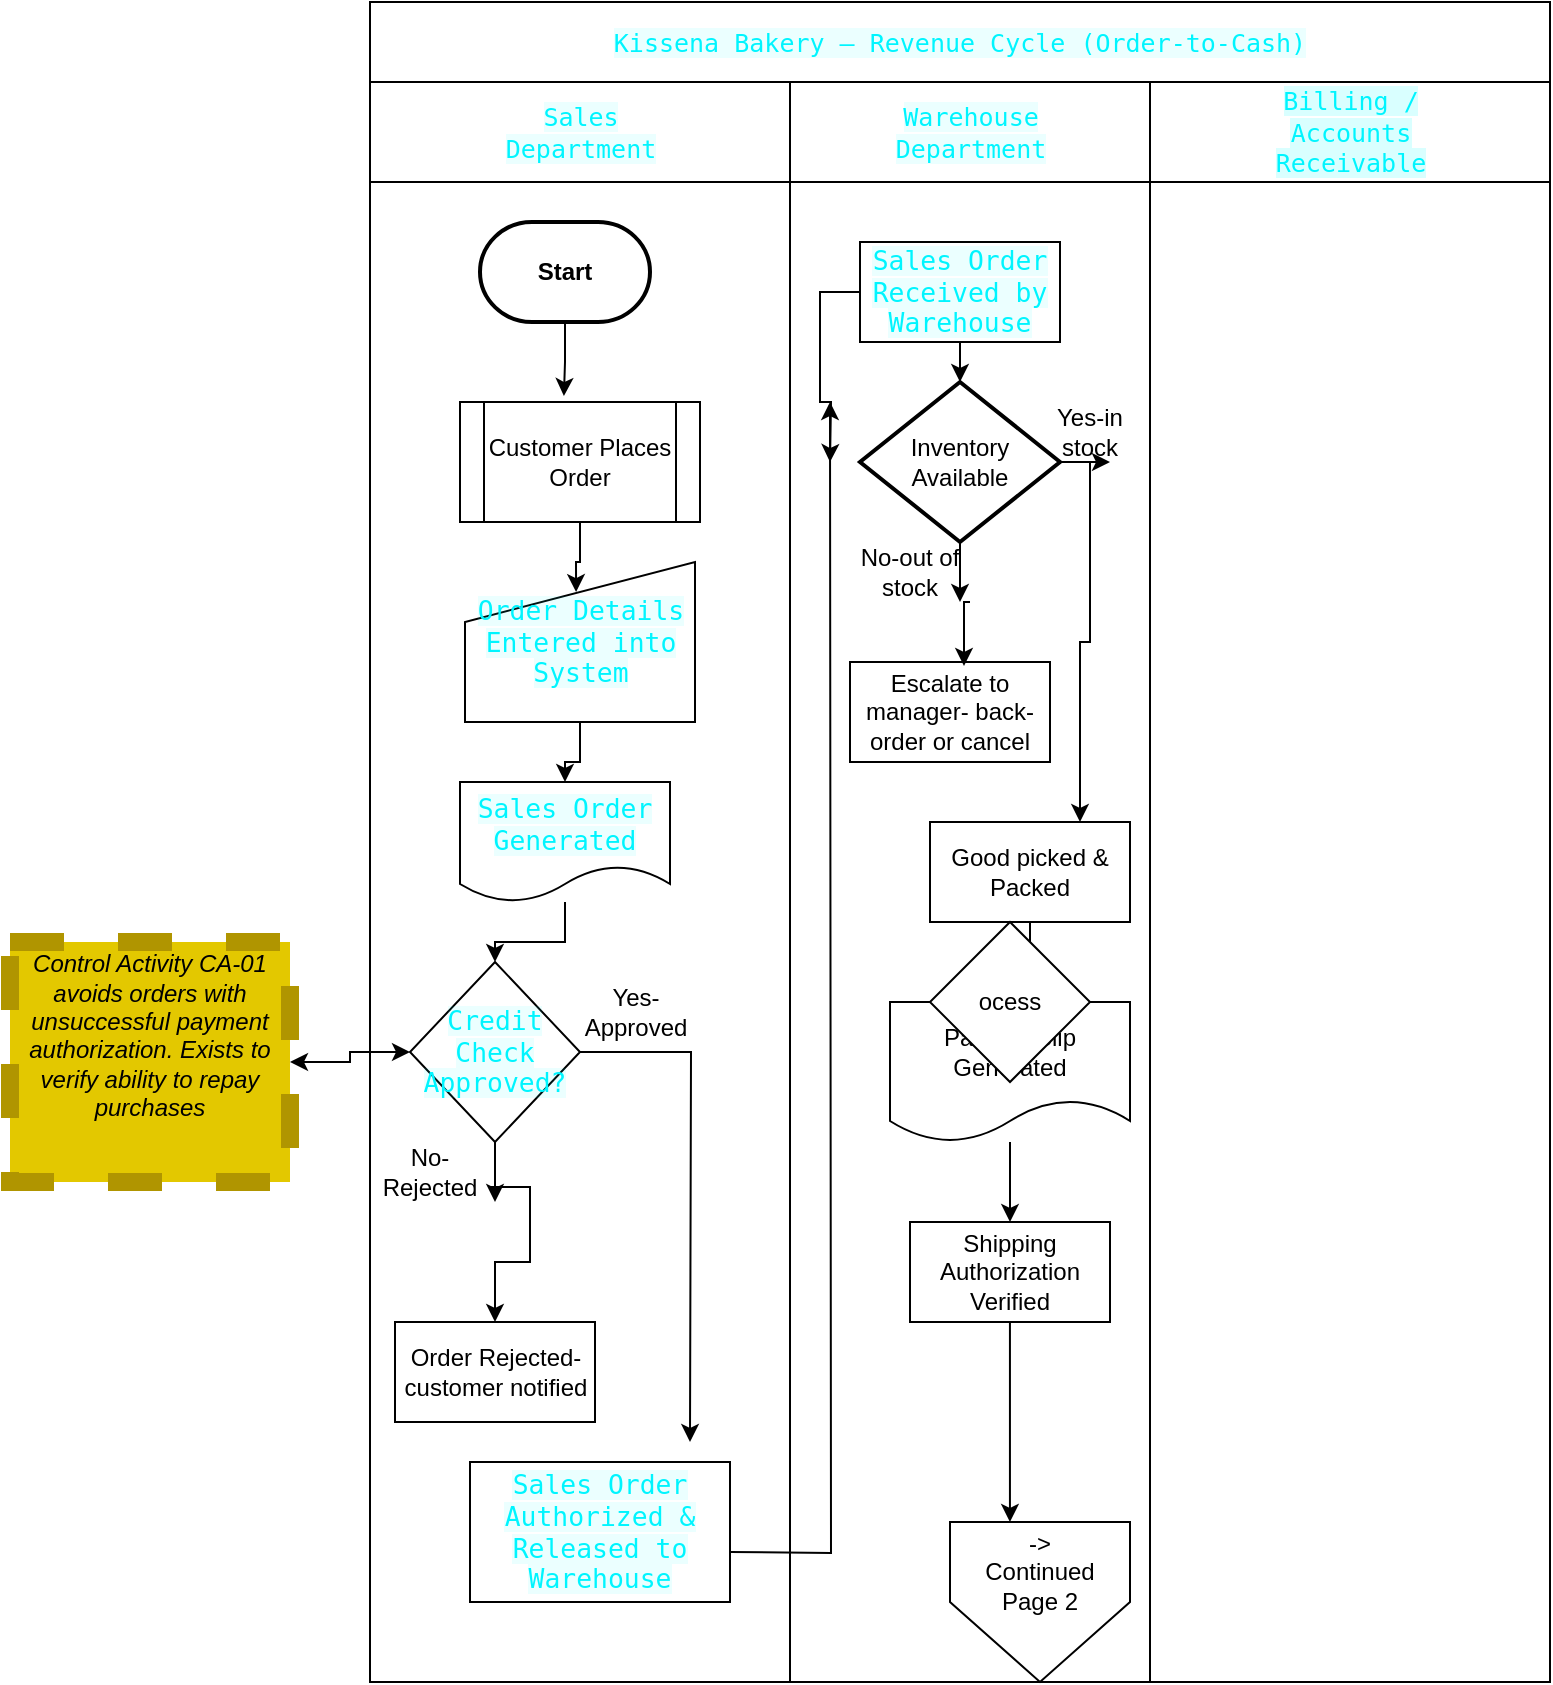
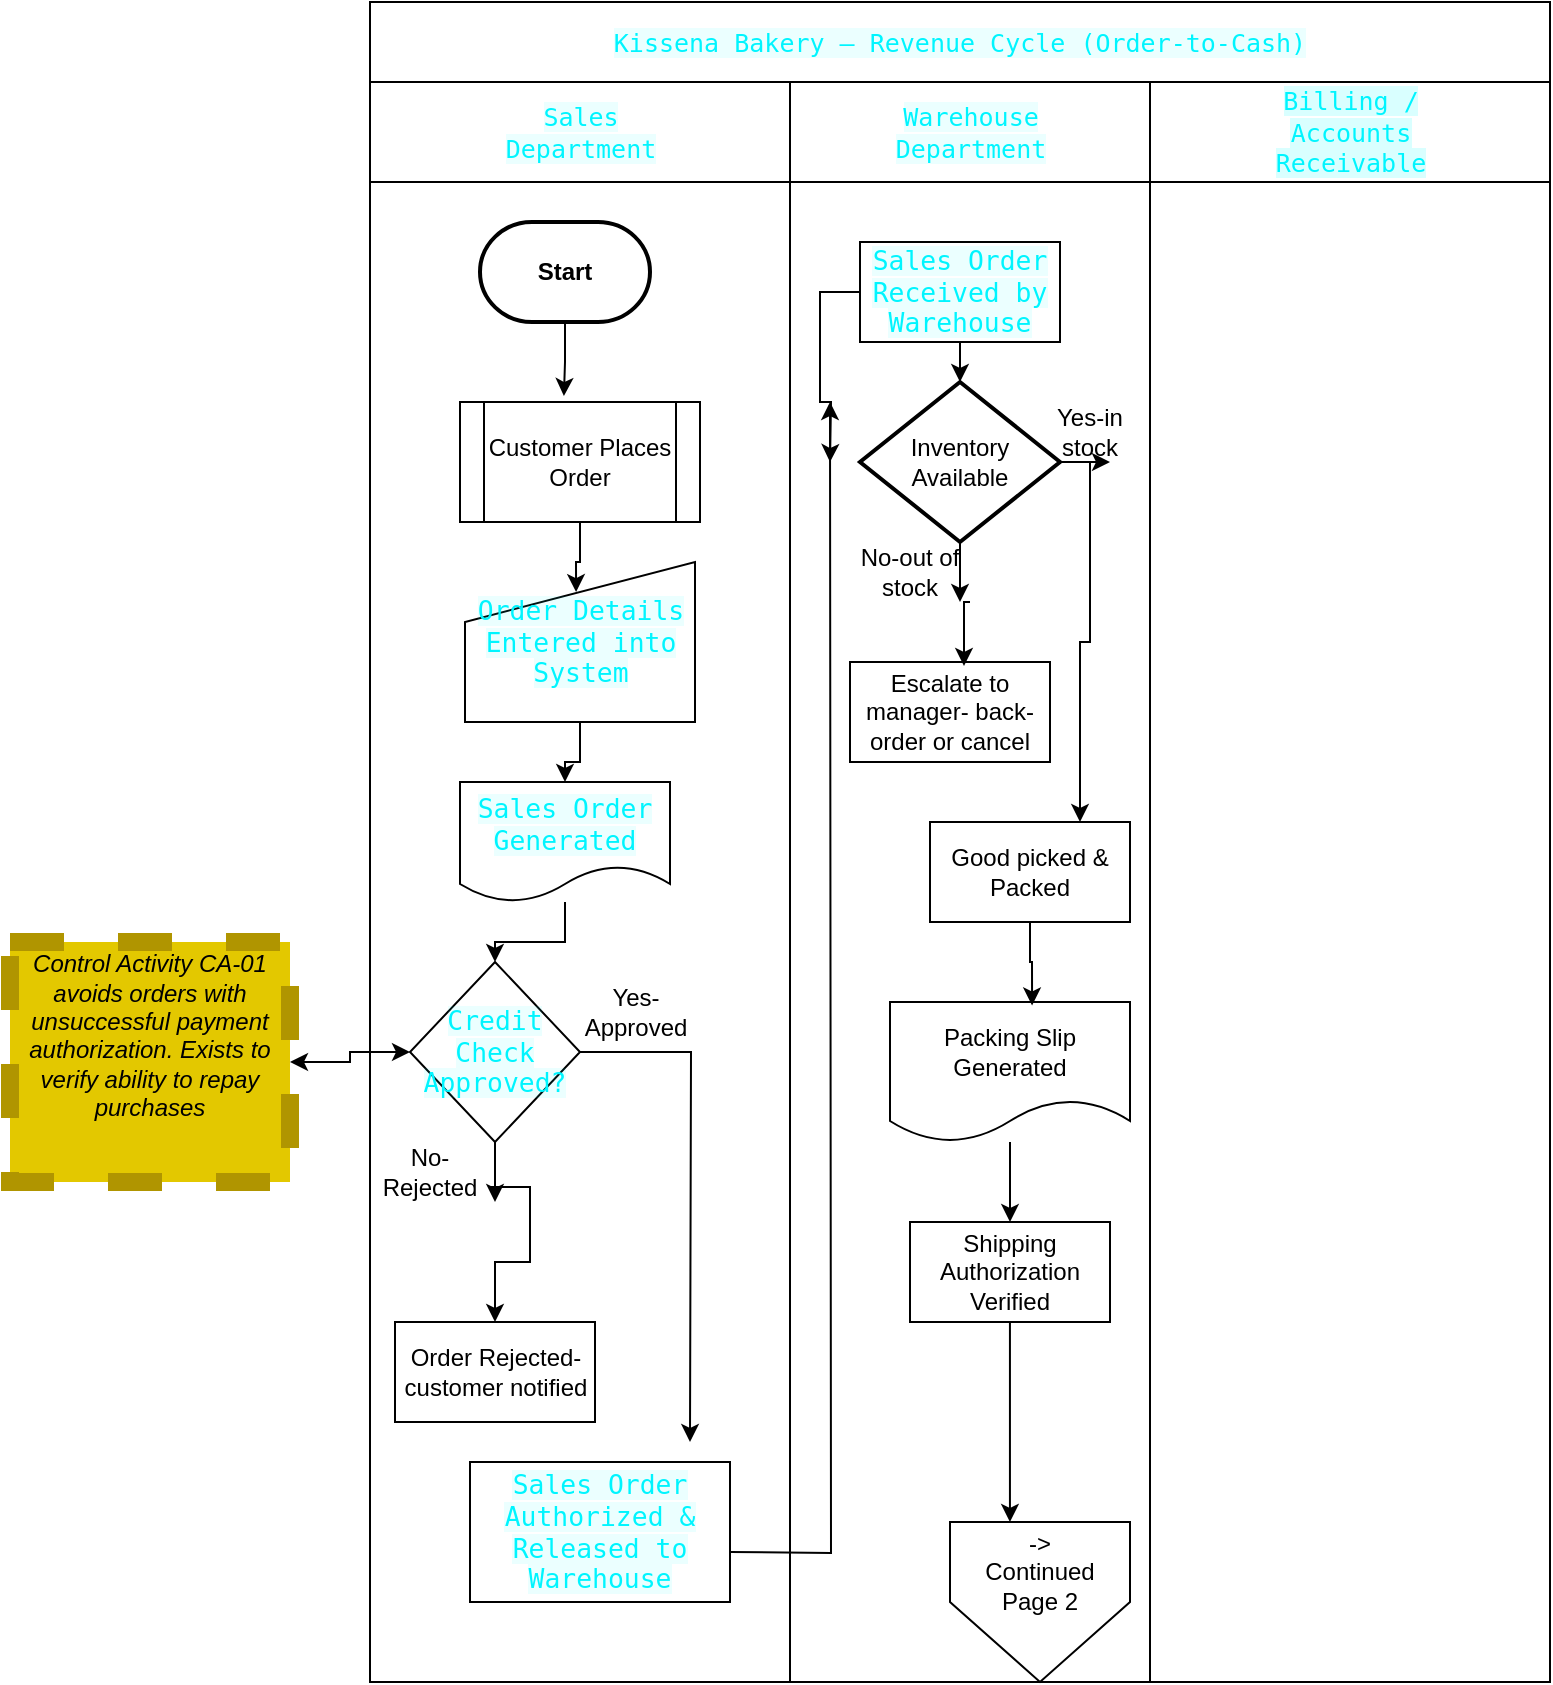
<mxfile host="app.diagrams.net" pages="2">
  <diagram name="Page-1" id="ONMHuz27Rw7dN6z8mY9c">
    <mxGraphModel dx="1006" dy="1950" grid="1" gridSize="10" guides="1" tooltips="1" connect="1" arrows="1" fold="1" page="1" pageScale="1" pageWidth="1100" pageHeight="850" math="0" shadow="0">
      <root>
        <mxCell id="0" />
        <mxCell id="1" parent="0" />
        <mxCell id="1EihcF4tnaVy7bbsNi9y-7" parent="1" style="swimlane;html=1;childLayout=stackLayout;resizeParent=1;resizeParentMax=0;startSize=40;whiteSpace=wrap;" value="&lt;span style=&quot;color: rgb(0, 245, 255); font-family: &amp;quot;Share Tech Mono&amp;quot;, monospace; font-size: 12.512px; font-weight: 400; text-align: start; background-color: rgba(0, 245, 255, 0.08);&quot;&gt;Kissena Bakery — Revenue Cycle (Order-to-Cash)&lt;/span&gt;" vertex="1">
          <mxGeometry height="840" width="590" x="200" y="-20" as="geometry" />
        </mxCell>
        <mxCell id="1EihcF4tnaVy7bbsNi9y-8" parent="1EihcF4tnaVy7bbsNi9y-7" style="swimlane;html=1;startSize=50;" value="&lt;span style=&quot;color: rgb(0, 245, 255); font-family: &amp;quot;Share Tech Mono&amp;quot;, monospace; font-size: 12.512px; font-weight: 400; text-align: start; white-space: normal; background-color: rgba(0, 245, 255, 0.08);&quot;&gt;Sales Department&lt;/span&gt;" vertex="1">
          <mxGeometry height="800" width="210" y="40" as="geometry" />
        </mxCell>
        <mxCell id="1EihcF4tnaVy7bbsNi9y-13" parent="1EihcF4tnaVy7bbsNi9y-8" style="strokeWidth=2;html=1;shape=mxgraph.flowchart.terminator;whiteSpace=wrap;" value="&lt;b&gt;Start&lt;/b&gt;" vertex="1">
          <mxGeometry height="50" width="85" x="55" y="70" as="geometry" />
        </mxCell>
        <mxCell id="1EihcF4tnaVy7bbsNi9y-14" parent="1EihcF4tnaVy7bbsNi9y-8" style="shape=process;whiteSpace=wrap;html=1;backgroundOutline=1;" value="Customer Places Order" vertex="1">
          <mxGeometry height="60" width="120" x="45" y="160" as="geometry" />
        </mxCell>
        <mxCell id="1EihcF4tnaVy7bbsNi9y-16" edge="1" parent="1EihcF4tnaVy7bbsNi9y-8" source="1EihcF4tnaVy7bbsNi9y-13" style="edgeStyle=orthogonalEdgeStyle;rounded=0;orthogonalLoop=1;jettySize=auto;html=1;entryX=0.433;entryY=-0.05;entryDx=0;entryDy=0;entryPerimeter=0;" target="1EihcF4tnaVy7bbsNi9y-14">
          <mxGeometry relative="1" as="geometry" />
        </mxCell>
        <mxCell id="1EihcF4tnaVy7bbsNi9y-20" edge="1" parent="1EihcF4tnaVy7bbsNi9y-8" source="1EihcF4tnaVy7bbsNi9y-17" style="edgeStyle=orthogonalEdgeStyle;rounded=0;orthogonalLoop=1;jettySize=auto;html=1;entryX=0.5;entryY=0;entryDx=0;entryDy=0;" target="1EihcF4tnaVy7bbsNi9y-19">
          <mxGeometry relative="1" as="geometry" />
        </mxCell>
        <mxCell id="1EihcF4tnaVy7bbsNi9y-17" parent="1EihcF4tnaVy7bbsNi9y-8" style="shape=manualInput;boundedLbl=1;whiteSpace=wrap;html=1;" value="&lt;span style=&quot;color: rgb(0, 245, 255); font-family: &amp;quot;Share Tech Mono&amp;quot;, monospace; font-size: 13.192px; text-align: start; background-color: rgba(0, 245, 255, 0.08);&quot;&gt;Order Details Entered into System&lt;/span&gt;" vertex="1">
          <mxGeometry height="80" width="115" x="47.5" y="240" as="geometry" />
        </mxCell>
        <mxCell id="1EihcF4tnaVy7bbsNi9y-18" edge="1" parent="1EihcF4tnaVy7bbsNi9y-8" source="1EihcF4tnaVy7bbsNi9y-14" style="edgeStyle=orthogonalEdgeStyle;rounded=0;orthogonalLoop=1;jettySize=auto;html=1;entryX=0.483;entryY=0.188;entryDx=0;entryDy=0;entryPerimeter=0;" target="1EihcF4tnaVy7bbsNi9y-17">
          <mxGeometry relative="1" as="geometry" />
        </mxCell>
        <mxCell id="1EihcF4tnaVy7bbsNi9y-24" edge="1" parent="1EihcF4tnaVy7bbsNi9y-8" source="1EihcF4tnaVy7bbsNi9y-19" style="edgeStyle=orthogonalEdgeStyle;rounded=0;orthogonalLoop=1;jettySize=auto;html=1;entryX=0.5;entryY=0;entryDx=0;entryDy=0;" target="1EihcF4tnaVy7bbsNi9y-21">
          <mxGeometry relative="1" as="geometry" />
        </mxCell>
        <mxCell id="1EihcF4tnaVy7bbsNi9y-19" parent="1EihcF4tnaVy7bbsNi9y-8" style="shape=document;whiteSpace=wrap;html=1;boundedLbl=1;" value="&lt;span style=&quot;color: rgb(0, 245, 255); font-family: &amp;quot;Share Tech Mono&amp;quot;, monospace; font-size: 13.192px; text-align: start; background-color: rgba(0, 245, 255, 0.08);&quot;&gt;Sales Order Generated&lt;/span&gt;" vertex="1">
          <mxGeometry height="60" width="105" x="45" y="350" as="geometry" />
        </mxCell>
        <mxCell id="1EihcF4tnaVy7bbsNi9y-26" edge="1" parent="1EihcF4tnaVy7bbsNi9y-8" source="1EihcF4tnaVy7bbsNi9y-21" style="edgeStyle=orthogonalEdgeStyle;rounded=0;orthogonalLoop=1;jettySize=auto;html=1;">
          <mxGeometry relative="1" as="geometry">
            <mxPoint x="160" y="680" as="targetPoint" />
          </mxGeometry>
        </mxCell>
        <mxCell id="1EihcF4tnaVy7bbsNi9y-28" edge="1" parent="1EihcF4tnaVy7bbsNi9y-8" source="1EihcF4tnaVy7bbsNi9y-21" style="edgeStyle=orthogonalEdgeStyle;rounded=0;orthogonalLoop=1;jettySize=auto;html=1;">
          <mxGeometry relative="1" as="geometry">
            <mxPoint x="62.5" y="560" as="targetPoint" />
          </mxGeometry>
        </mxCell>
        <mxCell id="1EihcF4tnaVy7bbsNi9y-21" parent="1EihcF4tnaVy7bbsNi9y-8" style="rhombus;whiteSpace=wrap;html=1;" value="&lt;span style=&quot;color: rgb(0, 245, 255); font-family: &amp;quot;Share Tech Mono&amp;quot;, monospace; font-size: 13.192px; text-align: start; background-color: rgba(0, 245, 255, 0.08);&quot;&gt;Credit Check Approved?&lt;/span&gt;" vertex="1">
          <mxGeometry height="90" width="85" x="20" y="440" as="geometry" />
        </mxCell>
        <mxCell id="1EihcF4tnaVy7bbsNi9y-27" parent="1EihcF4tnaVy7bbsNi9y-8" style="text;html=1;whiteSpace=wrap;strokeColor=none;fillColor=none;align=center;verticalAlign=middle;rounded=0;" value="Yes-Approved" vertex="1">
          <mxGeometry height="30" width="60" x="102.5" y="450" as="geometry" />
        </mxCell>
        <mxCell id="1EihcF4tnaVy7bbsNi9y-40" edge="1" parent="1EihcF4tnaVy7bbsNi9y-8" source="1EihcF4tnaVy7bbsNi9y-29" style="edgeStyle=orthogonalEdgeStyle;rounded=0;orthogonalLoop=1;jettySize=auto;html=1;exitX=1;exitY=0.75;exitDx=0;exitDy=0;entryX=0.5;entryY=0;entryDx=0;entryDy=0;" target="1EihcF4tnaVy7bbsNi9y-31">
          <mxGeometry relative="1" as="geometry" />
        </mxCell>
        <mxCell id="1EihcF4tnaVy7bbsNi9y-29" parent="1EihcF4tnaVy7bbsNi9y-8" style="text;html=1;whiteSpace=wrap;strokeColor=none;fillColor=none;align=center;verticalAlign=middle;rounded=0;" value="No-Rejected" vertex="1">
          <mxGeometry height="30" width="60" y="530" as="geometry" />
        </mxCell>
        <mxCell id="1EihcF4tnaVy7bbsNi9y-31" parent="1EihcF4tnaVy7bbsNi9y-8" style="html=1;dashed=0;whiteSpace=wrap;" value="Order Rejected-customer notified" vertex="1">
          <mxGeometry height="50" width="100" x="12.5" y="620" as="geometry" />
        </mxCell>
        <mxCell id="1EihcF4tnaVy7bbsNi9y-32" parent="1EihcF4tnaVy7bbsNi9y-8" style="html=1;dashed=0;whiteSpace=wrap;" value="&lt;span style=&quot;color: rgb(0, 245, 255); font-family: &amp;quot;Share Tech Mono&amp;quot;, monospace; font-size: 13.192px; text-align: start; background-color: rgba(0, 245, 255, 0.08);&quot;&gt;Sales Order Authorized &amp;amp; Released to Warehouse&lt;/span&gt;" vertex="1">
          <mxGeometry height="70" width="130" x="50" y="690" as="geometry" />
        </mxCell>
        <mxCell id="1EihcF4tnaVy7bbsNi9y-9" parent="1EihcF4tnaVy7bbsNi9y-7" style="swimlane;html=1;startSize=50;" value="&lt;span style=&quot;color: rgb(0, 245, 255); font-family: &amp;quot;Share Tech Mono&amp;quot;, monospace; font-size: 12.512px; font-weight: 400; text-align: start; white-space: normal; background-color: rgba(0, 245, 255, 0.08);&quot;&gt;Warehouse Department&lt;/span&gt;" vertex="1">
          <mxGeometry height="800" width="180" x="210" y="40" as="geometry">
            <mxRectangle height="800" width="40" x="210" y="40" as="alternateBounds" />
          </mxGeometry>
        </mxCell>
        <mxCell id="1EihcF4tnaVy7bbsNi9y-47" edge="1" parent="1EihcF4tnaVy7bbsNi9y-9" source="1EihcF4tnaVy7bbsNi9y-41" style="edgeStyle=orthogonalEdgeStyle;rounded=0;orthogonalLoop=1;jettySize=auto;html=1;">
          <mxGeometry relative="1" as="geometry">
            <mxPoint x="20" y="190" as="targetPoint" />
          </mxGeometry>
        </mxCell>
        <mxCell id="1EihcF4tnaVy7bbsNi9y-41" parent="1EihcF4tnaVy7bbsNi9y-9" style="html=1;dashed=0;whiteSpace=wrap;" value="&lt;span style=&quot;color: rgb(0, 245, 255); font-family: &amp;quot;Share Tech Mono&amp;quot;, monospace; font-size: 13.192px; text-align: start; background-color: rgba(0, 245, 255, 0.08);&quot;&gt;Sales Order Received by Warehouse&lt;/span&gt;" vertex="1">
          <mxGeometry height="50" width="100" x="35" y="80" as="geometry" />
        </mxCell>
        <mxCell id="1EihcF4tnaVy7bbsNi9y-44" edge="1" parent="1EihcF4tnaVy7bbsNi9y-9" style="edgeStyle=orthogonalEdgeStyle;rounded=0;orthogonalLoop=1;jettySize=auto;html=1;endArrow=classic;endFill=1;">
          <mxGeometry relative="1" as="geometry">
            <mxPoint x="-30" y="735" as="sourcePoint" />
            <mxPoint x="20" y="160" as="targetPoint" />
          </mxGeometry>
        </mxCell>
        <mxCell id="1EihcF4tnaVy7bbsNi9y-49" edge="1" parent="1EihcF4tnaVy7bbsNi9y-9" source="1EihcF4tnaVy7bbsNi9y-48" style="edgeStyle=orthogonalEdgeStyle;rounded=0;orthogonalLoop=1;jettySize=auto;html=1;">
          <mxGeometry relative="1" as="geometry">
            <mxPoint x="160" y="190" as="targetPoint" />
          </mxGeometry>
        </mxCell>
        <mxCell id="1EihcF4tnaVy7bbsNi9y-50" edge="1" parent="1EihcF4tnaVy7bbsNi9y-9" source="1EihcF4tnaVy7bbsNi9y-48" style="edgeStyle=orthogonalEdgeStyle;rounded=0;orthogonalLoop=1;jettySize=auto;html=1;">
          <mxGeometry relative="1" as="geometry">
            <mxPoint x="85" y="260" as="targetPoint" />
          </mxGeometry>
        </mxCell>
        <mxCell id="1EihcF4tnaVy7bbsNi9y-48" parent="1EihcF4tnaVy7bbsNi9y-9" style="strokeWidth=2;html=1;shape=mxgraph.flowchart.decision;whiteSpace=wrap;" value="Inventory Available" vertex="1">
          <mxGeometry height="80" width="100" x="35" y="150" as="geometry" />
        </mxCell>
        <mxCell id="1EihcF4tnaVy7bbsNi9y-53" edge="1" parent="1EihcF4tnaVy7bbsNi9y-9" source="1EihcF4tnaVy7bbsNi9y-41" style="edgeStyle=orthogonalEdgeStyle;rounded=0;orthogonalLoop=1;jettySize=auto;html=1;exitX=0.5;exitY=1;exitDx=0;exitDy=0;entryX=0.5;entryY=0;entryDx=0;entryDy=0;entryPerimeter=0;" target="1EihcF4tnaVy7bbsNi9y-48">
          <mxGeometry relative="1" as="geometry" />
        </mxCell>
        <mxCell id="1EihcF4tnaVy7bbsNi9y-54" parent="1EihcF4tnaVy7bbsNi9y-9" style="html=1;dashed=0;whiteSpace=wrap;" value="Escalate to manager- back-order or cancel" vertex="1">
          <mxGeometry height="50" width="100" x="30" y="290" as="geometry" />
        </mxCell>
        <mxCell id="1EihcF4tnaVy7bbsNi9y-55" parent="1EihcF4tnaVy7bbsNi9y-9" style="html=1;dashed=0;whiteSpace=wrap;" value="Good picked &amp;amp; Packed" vertex="1">
          <mxGeometry height="50" width="100" x="70" y="370" as="geometry" />
        </mxCell>
        <mxCell id="1EihcF4tnaVy7bbsNi9y-64" edge="1" parent="1EihcF4tnaVy7bbsNi9y-9" source="1EihcF4tnaVy7bbsNi9y-58" style="edgeStyle=orthogonalEdgeStyle;rounded=0;orthogonalLoop=1;jettySize=auto;html=1;" target="1EihcF4tnaVy7bbsNi9y-59">
          <mxGeometry relative="1" as="geometry" />
        </mxCell>
        <mxCell id="1EihcF4tnaVy7bbsNi9y-58" parent="1EihcF4tnaVy7bbsNi9y-9" style="shape=document;whiteSpace=wrap;html=1;boundedLbl=1;" value="Packing Slip Generated" vertex="1">
          <mxGeometry height="70" width="120" x="50" y="460" as="geometry" />
        </mxCell>
        <mxCell id="1EihcF4tnaVy7bbsNi9y-59" parent="1EihcF4tnaVy7bbsNi9y-9" style="html=1;dashed=0;whiteSpace=wrap;" value="Shipping Authorization Verified" vertex="1">
          <mxGeometry height="50" width="100" x="60" y="570" as="geometry" />
        </mxCell>
        <mxCell id="1EihcF4tnaVy7bbsNi9y-60" parent="1EihcF4tnaVy7bbsNi9y-9" style="verticalLabelPosition=bottom;verticalAlign=top;html=1;shape=offPageConnector;rounded=0;size=0.5;" value="" vertex="1">
          <mxGeometry height="80" width="90" x="80" y="720" as="geometry" />
        </mxCell>
        <mxCell id="1EihcF4tnaVy7bbsNi9y-61" parent="1EihcF4tnaVy7bbsNi9y-9" style="text;html=1;whiteSpace=wrap;strokeColor=none;fillColor=none;align=center;verticalAlign=middle;rounded=0;" value="-&amp;gt; Continued Page 2" vertex="1">
          <mxGeometry height="30" width="60" x="95" y="730" as="geometry" />
        </mxCell>
        <mxCell id="1EihcF4tnaVy7bbsNi9y-62" edge="1" parent="1EihcF4tnaVy7bbsNi9y-9" source="1EihcF4tnaVy7bbsNi9y-55" style="edgeStyle=orthogonalEdgeStyle;rounded=0;orthogonalLoop=1;jettySize=auto;html=1;entryX=0.592;entryY=0.025;entryDx=0;entryDy=0;entryPerimeter=0;" target="1EihcF4tnaVy7bbsNi9y-58">
          <mxGeometry relative="1" as="geometry" />
        </mxCell>
        <mxCell id="1EihcF4tnaVy7bbsNi9y-66" edge="1" parent="1EihcF4tnaVy7bbsNi9y-9" source="1EihcF4tnaVy7bbsNi9y-59" style="edgeStyle=orthogonalEdgeStyle;rounded=0;orthogonalLoop=1;jettySize=auto;html=1;entryX=0.333;entryY=0;entryDx=0;entryDy=0;entryPerimeter=0;" target="1EihcF4tnaVy7bbsNi9y-60">
          <mxGeometry relative="1" as="geometry" />
        </mxCell>
        <mxCell id="1EihcF4tnaVy7bbsNi9y-10" parent="1EihcF4tnaVy7bbsNi9y-7" style="swimlane;html=1;startSize=50;" value="&lt;div&gt;&lt;span style=&quot;color: rgb(0, 245, 255); font-family: &amp;quot;Share Tech Mono&amp;quot;, monospace; font-size: 12.512px; font-weight: 400; text-align: start; white-space: normal; background-color: rgba(0, 245, 255, 0.08);&quot;&gt;&lt;span style=&quot;color: rgb(0, 245, 255); font-size: 12.512px; background-color: rgba(0, 245, 255, 0.08);&quot;&gt;Billing / Accounts Receivable&lt;/span&gt;&lt;/span&gt;&lt;/div&gt;" vertex="1">
          <mxGeometry height="800" width="200" x="390" y="40" as="geometry" />
        </mxCell>
        <mxCell id="1EihcF4tnaVy7bbsNi9y-57" edge="1" parent="1" source="1EihcF4tnaVy7bbsNi9y-51" style="edgeStyle=orthogonalEdgeStyle;rounded=0;orthogonalLoop=1;jettySize=auto;html=1;entryX=0.75;entryY=0;entryDx=0;entryDy=0;" target="1EihcF4tnaVy7bbsNi9y-55">
          <mxGeometry relative="1" as="geometry" />
        </mxCell>
        <mxCell id="1EihcF4tnaVy7bbsNi9y-51" parent="1" style="text;html=1;whiteSpace=wrap;strokeColor=none;fillColor=none;align=center;verticalAlign=middle;rounded=0;" value="Yes-in stock" vertex="1">
          <mxGeometry height="30" width="60" x="530" y="180" as="geometry" />
        </mxCell>
        <mxCell id="1EihcF4tnaVy7bbsNi9y-52" parent="1" style="text;html=1;whiteSpace=wrap;strokeColor=none;fillColor=none;align=center;verticalAlign=middle;rounded=0;" value="No-out of stock" vertex="1">
          <mxGeometry height="30" width="60" x="440" y="250" as="geometry" />
        </mxCell>
        <mxCell id="1EihcF4tnaVy7bbsNi9y-56" edge="1" parent="1" source="1EihcF4tnaVy7bbsNi9y-52" style="edgeStyle=orthogonalEdgeStyle;rounded=0;orthogonalLoop=1;jettySize=auto;html=1;exitX=1;exitY=1;exitDx=0;exitDy=0;entryX=0.57;entryY=0.04;entryDx=0;entryDy=0;entryPerimeter=0;" target="1EihcF4tnaVy7bbsNi9y-54">
          <mxGeometry relative="1" as="geometry" />
-         </mxCell>
-         <mxCell id="6TFMZ83REeEQTTZp-AyF-1" parent="1" style="rhombus;whiteSpace=wrap;html=1;" value="ocess" vertex="1">
-           <mxGeometry height="80" width="80" x="480" y="440" as="geometry" />
        </mxCell>
        <mxCell id="6TFMZ83REeEQTTZp-AyF-2" parent="1" style="html=1;dashed=1;whiteSpace=wrap;fillColor=#e3c800;fontColor=#000000;strokeColor=#B09500;fontStyle=2;gradientColor=none;strokeWidth=9;" value="&lt;div&gt;Control Activity CA-01 avoids orders with unsuccessful payment authorization. Exists to verify ability to repay purchases&lt;/div&gt;&lt;br&gt;&lt;p data-start=&quot;578&quot; data-end=&quot;648&quot;&gt;&lt;/p&gt;" vertex="1">
          <mxGeometry height="120" width="140" x="20" y="450" as="geometry" />
        </mxCell>
        <mxCell id="6TFMZ83REeEQTTZp-AyF-4" edge="1" parent="1" source="1EihcF4tnaVy7bbsNi9y-21" style="edgeStyle=orthogonalEdgeStyle;rounded=0;orthogonalLoop=1;jettySize=auto;html=1;exitX=0;exitY=0.5;exitDx=0;exitDy=0;entryX=1;entryY=0.5;entryDx=0;entryDy=0;startArrow=classic;startFill=1;" target="6TFMZ83REeEQTTZp-AyF-2">
          <mxGeometry relative="1" as="geometry" />
        </mxCell>
      </root>
    </mxGraphModel>
  </diagram>
  <diagram id="ZPGbEBePxBkCKvzIsA87" name="Page 2">
    <mxGraphModel dx="1006" dy="1100" grid="1" gridSize="10" guides="1" tooltips="1" connect="1" arrows="1" fold="1" page="1" pageScale="1" pageWidth="1100" pageHeight="850" math="0" shadow="0">
      <root>
        <mxCell id="0" />
        <mxCell id="1" parent="0" />
        <mxCell id="OY9ZYdoM8J6dyDVXyARA-1" parent="1" style="swimlane;html=1;childLayout=stackLayout;resizeParent=1;resizeParentMax=0;startSize=40;whiteSpace=wrap;" value="&lt;span style=&quot;color: rgb(0, 245, 255); font-family: &amp;quot;Share Tech Mono&amp;quot;, monospace; font-size: 12.512px; font-weight: 400; text-align: start; background-color: rgba(0, 245, 255, 0.08);&quot;&gt;Kissena Bakery — Revenue Cycle (Order-to-Cash)&lt;/span&gt;" vertex="1">
          <mxGeometry height="840" width="590" x="190" y="240" as="geometry" />
        </mxCell>
        <mxCell id="OY9ZYdoM8J6dyDVXyARA-2" parent="OY9ZYdoM8J6dyDVXyARA-1" style="swimlane;html=1;startSize=50;" value="&lt;span style=&quot;color: rgb(0, 245, 255); font-family: &amp;quot;Share Tech Mono&amp;quot;, monospace; font-size: 12.512px; font-weight: 400; text-align: start; white-space: normal; background-color: rgba(0, 245, 255, 0.08);&quot;&gt;Sales Department&lt;/span&gt;" vertex="1">
          <mxGeometry height="800" width="210" y="40" as="geometry" />
        </mxCell>
        <mxCell id="OY9ZYdoM8J6dyDVXyARA-19" parent="OY9ZYdoM8J6dyDVXyARA-1" style="swimlane;html=1;startSize=50;" value="&lt;span style=&quot;color: rgb(0, 245, 255); font-family: &amp;quot;Share Tech Mono&amp;quot;, monospace; font-size: 12.512px; font-weight: 400; text-align: start; white-space: normal; background-color: rgba(0, 245, 255, 0.08);&quot;&gt;Warehouse Department&lt;/span&gt;" vertex="1">
          <mxGeometry height="800" width="180" x="210" y="40" as="geometry">
            <mxRectangle height="800" width="40" x="210" y="40" as="alternateBounds" />
          </mxGeometry>
        </mxCell>
        <mxCell id="OY9ZYdoM8J6dyDVXyARA-45" edge="1" parent="OY9ZYdoM8J6dyDVXyARA-19" source="OY9ZYdoM8J6dyDVXyARA-32" style="edgeStyle=orthogonalEdgeStyle;rounded=0;orthogonalLoop=1;jettySize=auto;html=1;entryX=0.5;entryY=0;entryDx=0;entryDy=0;" target="OY9ZYdoM8J6dyDVXyARA-44">
          <mxGeometry relative="1" as="geometry" />
        </mxCell>
        <mxCell id="OY9ZYdoM8J6dyDVXyARA-32" parent="OY9ZYdoM8J6dyDVXyARA-19" style="verticalLabelPosition=bottom;verticalAlign=top;html=1;shape=offPageConnector;rounded=0;size=0.5;" value="" vertex="1">
          <mxGeometry height="80" width="90" x="10" y="60" as="geometry" />
        </mxCell>
        <mxCell id="OY9ZYdoM8J6dyDVXyARA-33" parent="OY9ZYdoM8J6dyDVXyARA-19" style="text;html=1;whiteSpace=wrap;strokeColor=none;fillColor=none;align=center;verticalAlign=middle;rounded=0;" value="-&amp;gt; Continued Page 2" vertex="1">
          <mxGeometry height="30" width="60" x="25" y="80" as="geometry" />
        </mxCell>
        <mxCell id="OY9ZYdoM8J6dyDVXyARA-44" parent="OY9ZYdoM8J6dyDVXyARA-19" style="html=1;dashed=0;whiteSpace=wrap;" value="Goods Dispatched to customer" vertex="1">
          <mxGeometry height="50" width="100" x="50" y="180" as="geometry" />
        </mxCell>
        <mxCell id="OY9ZYdoM8J6dyDVXyARA-36" parent="OY9ZYdoM8J6dyDVXyARA-1" style="swimlane;html=1;startSize=50;" value="&lt;div&gt;&lt;span style=&quot;color: rgb(0, 245, 255); font-family: &amp;quot;Share Tech Mono&amp;quot;, monospace; font-size: 12.512px; font-weight: 400; text-align: start; white-space: normal; background-color: rgba(0, 245, 255, 0.08);&quot;&gt;&lt;span style=&quot;color: rgb(0, 245, 255); font-size: 12.512px; background-color: rgba(0, 245, 255, 0.08);&quot;&gt;Billing / Accounts Receivable&lt;/span&gt;&lt;/span&gt;&lt;/div&gt;" vertex="1">
          <mxGeometry height="800" width="200" x="390" y="40" as="geometry" />
        </mxCell>
        <mxCell id="OY9ZYdoM8J6dyDVXyARA-47" parent="OY9ZYdoM8J6dyDVXyARA-36" style="html=1;dashed=0;whiteSpace=wrap;" value="Dispatch Confirmarion Received" vertex="1">
          <mxGeometry height="50" width="100" x="40" y="100" as="geometry" />
        </mxCell>
        <mxCell id="OY9ZYdoM8J6dyDVXyARA-54" edge="1" parent="OY9ZYdoM8J6dyDVXyARA-36" source="OY9ZYdoM8J6dyDVXyARA-46" style="edgeStyle=orthogonalEdgeStyle;rounded=0;orthogonalLoop=1;jettySize=auto;html=1;entryX=0.5;entryY=0;entryDx=0;entryDy=0;" target="OY9ZYdoM8J6dyDVXyARA-50">
          <mxGeometry relative="1" as="geometry" />
        </mxCell>
        <mxCell id="OY9ZYdoM8J6dyDVXyARA-46" parent="OY9ZYdoM8J6dyDVXyARA-36" style="html=1;dashed=0;whiteSpace=wrap;" value="Payment Received from Customer" vertex="1">
          <mxGeometry height="50" width="100" x="40" y="355" as="geometry" />
        </mxCell>
        <mxCell id="OY9ZYdoM8J6dyDVXyARA-48" parent="OY9ZYdoM8J6dyDVXyARA-36" style="html=1;dashed=0;whiteSpace=wrap;" value="Cash posted to Accounts Receivable" vertex="1">
          <mxGeometry height="50" width="100" x="40" y="560" as="geometry" />
        </mxCell>
        <mxCell id="OY9ZYdoM8J6dyDVXyARA-49" parent="OY9ZYdoM8J6dyDVXyARA-36" style="shape=document;whiteSpace=wrap;html=1;boundedLbl=1;" value="Invoice Generated &amp;amp; Sent to Customer" vertex="1">
          <mxGeometry height="80" width="120" x="40" y="220" as="geometry" />
        </mxCell>
        <mxCell id="OY9ZYdoM8J6dyDVXyARA-57" edge="1" parent="OY9ZYdoM8J6dyDVXyARA-36" source="OY9ZYdoM8J6dyDVXyARA-50" style="edgeStyle=orthogonalEdgeStyle;rounded=0;orthogonalLoop=1;jettySize=auto;html=1;" target="OY9ZYdoM8J6dyDVXyARA-48">
          <mxGeometry relative="1" as="geometry" />
        </mxCell>
        <mxCell id="OY9ZYdoM8J6dyDVXyARA-50" parent="OY9ZYdoM8J6dyDVXyARA-36" style="shape=document;whiteSpace=wrap;html=1;boundedLbl=1;" value="Remittance Advice Recorded&amp;nbsp;" vertex="1">
          <mxGeometry height="80" width="120" x="30" y="440" as="geometry" />
        </mxCell>
        <mxCell id="OY9ZYdoM8J6dyDVXyARA-52" edge="1" parent="OY9ZYdoM8J6dyDVXyARA-36" source="OY9ZYdoM8J6dyDVXyARA-47" style="edgeStyle=orthogonalEdgeStyle;rounded=0;orthogonalLoop=1;jettySize=auto;html=1;entryX=0.417;entryY=0.05;entryDx=0;entryDy=0;entryPerimeter=0;" target="OY9ZYdoM8J6dyDVXyARA-49">
          <mxGeometry relative="1" as="geometry" />
        </mxCell>
        <mxCell id="OY9ZYdoM8J6dyDVXyARA-53" edge="1" parent="OY9ZYdoM8J6dyDVXyARA-36" source="OY9ZYdoM8J6dyDVXyARA-49" style="edgeStyle=orthogonalEdgeStyle;rounded=0;orthogonalLoop=1;jettySize=auto;html=1;entryX=0.6;entryY=0.02;entryDx=0;entryDy=0;entryPerimeter=0;" target="OY9ZYdoM8J6dyDVXyARA-46">
          <mxGeometry relative="1" as="geometry" />
        </mxCell>
        <mxCell id="OY9ZYdoM8J6dyDVXyARA-56" parent="OY9ZYdoM8J6dyDVXyARA-36" style="strokeWidth=2;html=1;shape=mxgraph.flowchart.terminator;whiteSpace=wrap;" value="END" vertex="1">
          <mxGeometry height="60" width="100" x="50" y="670" as="geometry" />
        </mxCell>
        <mxCell id="OY9ZYdoM8J6dyDVXyARA-58" edge="1" parent="OY9ZYdoM8J6dyDVXyARA-36" source="OY9ZYdoM8J6dyDVXyARA-48" style="edgeStyle=orthogonalEdgeStyle;rounded=0;orthogonalLoop=1;jettySize=auto;html=1;entryX=0.39;entryY=0.067;entryDx=0;entryDy=0;entryPerimeter=0;" target="OY9ZYdoM8J6dyDVXyARA-56">
          <mxGeometry relative="1" as="geometry" />
        </mxCell>
        <mxCell id="OY9ZYdoM8J6dyDVXyARA-51" edge="1" parent="OY9ZYdoM8J6dyDVXyARA-1" source="OY9ZYdoM8J6dyDVXyARA-44" style="edgeStyle=orthogonalEdgeStyle;rounded=0;orthogonalLoop=1;jettySize=auto;html=1;entryX=0;entryY=0.25;entryDx=0;entryDy=0;" target="OY9ZYdoM8J6dyDVXyARA-47">
          <mxGeometry relative="1" as="geometry" />
        </mxCell>
        <mxCell id="OY9ZYdoM8J6dyDVXyARA-55" parent="1" style="text;html=1;whiteSpace=wrap;strokeColor=none;fillColor=none;align=center;verticalAlign=middle;rounded=0;" value="Customer Remits Payment" vertex="1">
          <mxGeometry height="30" width="60" x="680" y="580" as="geometry" />
        </mxCell>
      </root>
    </mxGraphModel>
  </diagram>
</mxfile>
